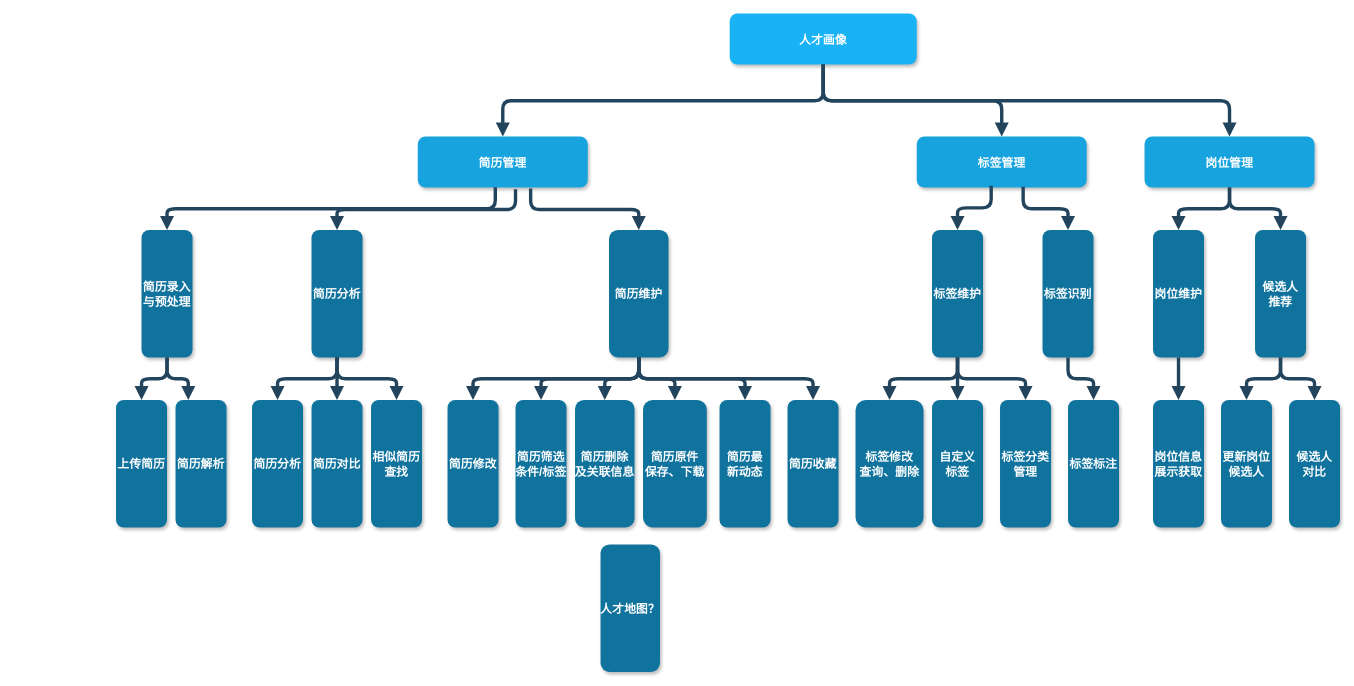
Before: 未命名绘图.drawio in beyondgogogo/Graph, a draw.io diagram. Source tidied: cells renumbered, new cells numbered last; positions are measured from the earlier drawing's top-left corner, leaving out a move shared by most shapes. Both pictures are drawn from the tidied source at 85%, with x=0, y=0 at pixel (116, 14).
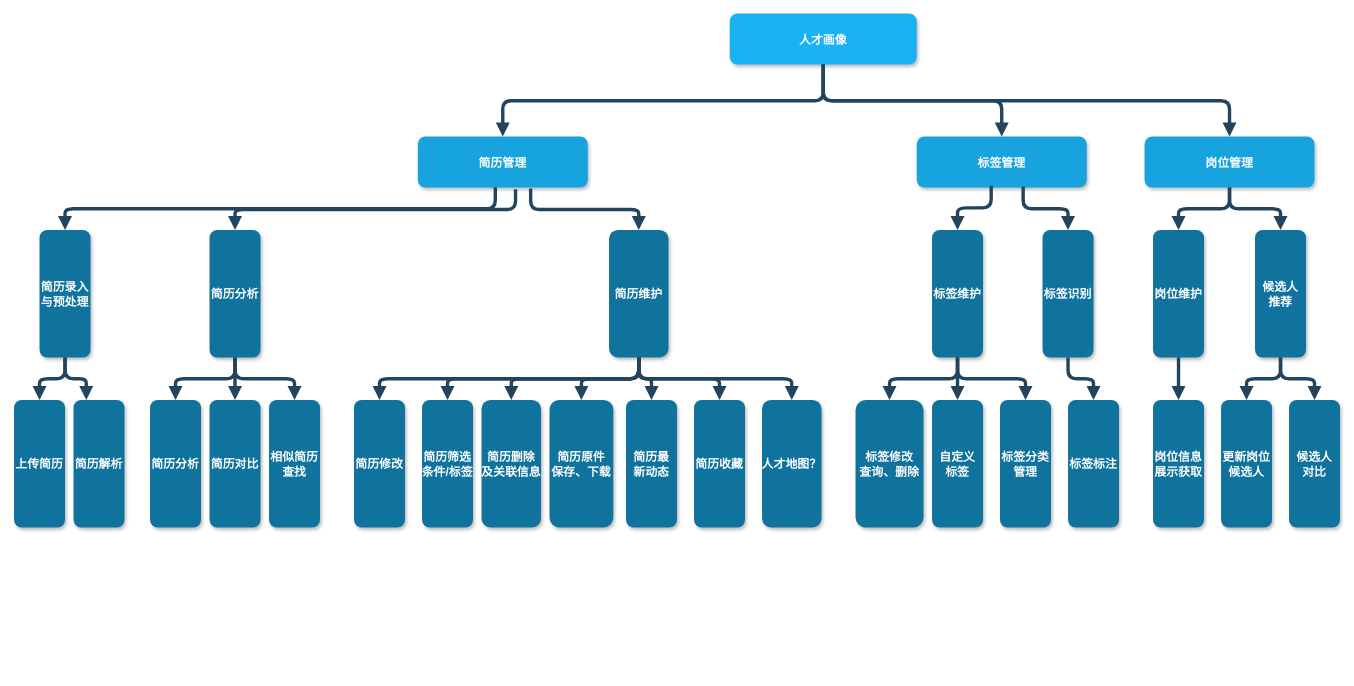
After the change.

Commit message:
更新未命名绘图.drawio

Unchanged cells that the change refers to:
```xml
<mxCell id="10" value="简历维护" style="rounded=1;fillColor=#10739E;strokeColor=none;shadow=1;gradientColor=none;fontStyle=1;fontColor=#FFFFFF;fontSize=14;" parent="1" vertex="1">
  <mxGeometry x="580" y="254" width="70" height="150" as="geometry" />
</mxCell>
```

Change to the diagram source:
```diff
@@
     <mxCell id="9" value="简历录入&#10;与预处理" style="rounded=1;fillColor=#10739E;strokeColor=none;shadow=1;gradientColor=none;fontStyle=1;fontColor=#FFFFFF;fontSize=14;" parent="1" vertex="1">
-      <mxGeometry x="30" y="254" width="60" height="150" as="geometry" />
+      <mxGeometry x="-90" y="254" width="60" height="150" as="geometry" />
     </mxCell>
@@
     <mxCell id="11" value="简历分析" style="rounded=1;fillColor=#10739E;strokeColor=none;shadow=1;gradientColor=none;fontStyle=1;fontColor=#FFFFFF;fontSize=14;" parent="1" vertex="1">
-      <mxGeometry x="230" y="254" width="60" height="150" as="geometry" />
+      <mxGeometry x="110" y="254" width="60" height="150" as="geometry" />
     </mxCell>
@@
     <mxCell id="15" value="上传简历" style="rounded=1;fillColor=#10739E;strokeColor=none;shadow=1;gradientColor=none;fontStyle=1;fontColor=#FFFFFF;fontSize=14;" parent="1" vertex="1">
-      <mxGeometry y="454" width="60" height="150" as="geometry" />
+      <mxGeometry x="-120" y="454" width="60" height="150" as="geometry" />
     </mxCell>
     <mxCell id="16" value="简历解析" style="rounded=1;fillColor=#10739E;strokeColor=none;shadow=1;gradientColor=none;fontStyle=1;fontColor=#FFFFFF;fontSize=14;" parent="1" vertex="1">
-      <mxGeometry x="70" y="454" width="60" height="150" as="geometry" />
+      <mxGeometry x="-50" y="454" width="60" height="150" as="geometry" />
     </mxCell>
     <mxCell id="17" value="简历修改" style="rounded=1;fillColor=#10739E;strokeColor=none;shadow=1;gradientColor=none;fontStyle=1;fontColor=#FFFFFF;fontSize=14;" parent="1" vertex="1">
-      <mxGeometry x="390" y="454" width="60" height="150" as="geometry" />
+      <mxGeometry x="280" y="454" width="60" height="150" as="geometry" />
     </mxCell>
     <mxCell id="18" value="简历原件&#10;保存、下载" style="rounded=1;fillColor=#10739E;strokeColor=none;shadow=1;gradientColor=none;fontStyle=1;fontColor=#FFFFFF;fontSize=14;" parent="1" vertex="1">
-      <mxGeometry x="620" y="454" width="75" height="150" as="geometry" />
+      <mxGeometry x="510" y="454" width="75" height="150" as="geometry" />
     </mxCell>
     <mxCell id="19" value="简历分析" style="rounded=1;fillColor=#10739E;strokeColor=none;shadow=1;gradientColor=none;fontStyle=1;fontColor=#FFFFFF;fontSize=14;" parent="1" vertex="1">
-      <mxGeometry x="160" y="454" width="60" height="150" as="geometry" />
+      <mxGeometry x="40" y="454" width="60" height="150" as="geometry" />
     </mxCell>
     <mxCell id="20" value="简历对比" style="rounded=1;fillColor=#10739E;strokeColor=none;shadow=1;gradientColor=none;fontStyle=1;fontColor=#FFFFFF;fontSize=14;" parent="1" vertex="1">
-      <mxGeometry x="230" y="454" width="60" height="150" as="geometry" />
+      <mxGeometry x="110" y="454" width="60" height="150" as="geometry" />
     </mxCell>
     <mxCell id="21" value="相似简历&#10;查找" style="rounded=1;fillColor=#10739E;strokeColor=none;shadow=1;gradientColor=none;fontStyle=1;fontColor=#FFFFFF;fontSize=14;" parent="1" vertex="1">
-      <mxGeometry x="300" y="454" width="60" height="150" as="geometry" />
+      <mxGeometry x="180" y="454" width="60" height="150" as="geometry" />
     </mxCell>
     <mxCell id="22" value="简历最&#10;新动态" style="rounded=1;fillColor=#10739E;strokeColor=none;shadow=1;gradientColor=none;fontStyle=1;fontColor=#FFFFFF;fontSize=14;" parent="1" vertex="1">
-      <mxGeometry x="710" y="454" width="60" height="150" as="geometry" />
+      <mxGeometry x="600" y="454" width="60" height="150" as="geometry" />
     </mxCell>
@@
     <mxCell id="33" value="简历收藏" style="rounded=1;fillColor=#10739E;strokeColor=none;shadow=1;gradientColor=none;fontStyle=1;fontColor=#FFFFFF;fontSize=14;" parent="1" vertex="1">
-      <mxGeometry x="790" y="454" width="60" height="150" as="geometry" />
+      <mxGeometry x="680" y="454" width="60" height="150" as="geometry" />
     </mxCell>
@@
     <mxCell id="54" value="简历筛选&#10;条件/标签" style="rounded=1;fillColor=#10739E;strokeColor=none;shadow=1;gradientColor=none;fontStyle=1;fontColor=#FFFFFF;fontSize=14;" parent="1" vertex="1">
-      <mxGeometry x="470" y="454" width="60" height="150" as="geometry" />
+      <mxGeometry x="360" y="454" width="60" height="150" as="geometry" />
     </mxCell>
     <mxCell id="55" value="简历删除&#10;及关联信息" style="rounded=1;fillColor=#10739E;strokeColor=none;shadow=1;gradientColor=none;fontStyle=1;fontColor=#FFFFFF;fontSize=14;" parent="1" vertex="1">
-      <mxGeometry x="540" y="454" width="70" height="150" as="geometry" />
+      <mxGeometry x="430" y="454" width="70" height="150" as="geometry" />
     </mxCell>
@@
     <mxCell id="59" value="人才地图？" style="rounded=1;fillColor=#10739E;strokeColor=none;shadow=1;gradientColor=none;fontStyle=1;fontColor=#FFFFFF;fontSize=14;" parent="1" vertex="1">
-      <mxGeometry x="570" y="624" width="70" height="150" as="geometry" />
+      <mxGeometry x="760" y="454" width="70" height="150" as="geometry" />
     </mxCell>
+    <mxCell id="60" style="edgeStyle=elbowEdgeStyle;elbow=vertical;strokeWidth=4;endArrow=block;endFill=1;fontStyle=1;strokeColor=#23445D;entryX=0.5;entryY=0;entryDx=0;entryDy=0;exitX=0.5;exitY=1;exitDx=0;exitDy=0;" parent="1" edge="1" source="10" target="59">
+      <mxGeometry x="62" y="195.5" as="geometry" />
+    </mxCell>
```
